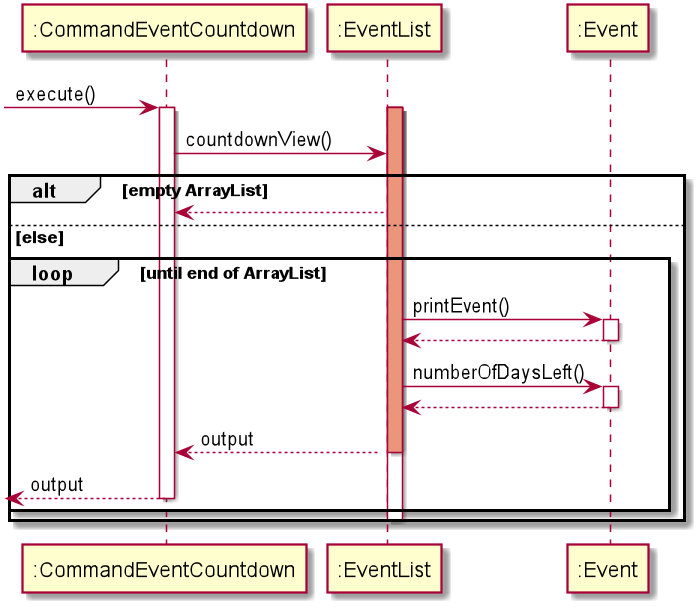
The PlantUML diagram docs/EventDiagram/SequenceDiagram/CommandEventCountdown.png in nus-cs2113-AY2021S1/tp, before a commit. Source of this version:
```plantuml
@startuml
 -> ":CommandEventCountdown" : execute()

activate  ":CommandEventCountdown"
activate ":EventList"
activate ":EventList" #DarkSalmon
 ":CommandEventCountdown" -> ":EventList":countdownView()
alt empty ArrayList
    ":EventList" -->  ":CommandEventCountdown"
else else
    loop until end of ArrayList
        ":EventList" -> ":Event": printEvent()
        activate ":Event"
        ":Event" -->":EventList"
        deactivate ":Event"
        ":EventList" -> ":Event": numberOfDaysLeft()
        activate ":Event"
        ":Event" --> ":EventList"
        deactivate ":Event"
        ":EventList" -->  ":CommandEventCountdown" : output
        deactivate ":EventList"
        return output
    end
    deactivate ":EventList"
    deactivate ":EventList"
    deactivate ":CommandEventCountdown"
end
@enduml
```
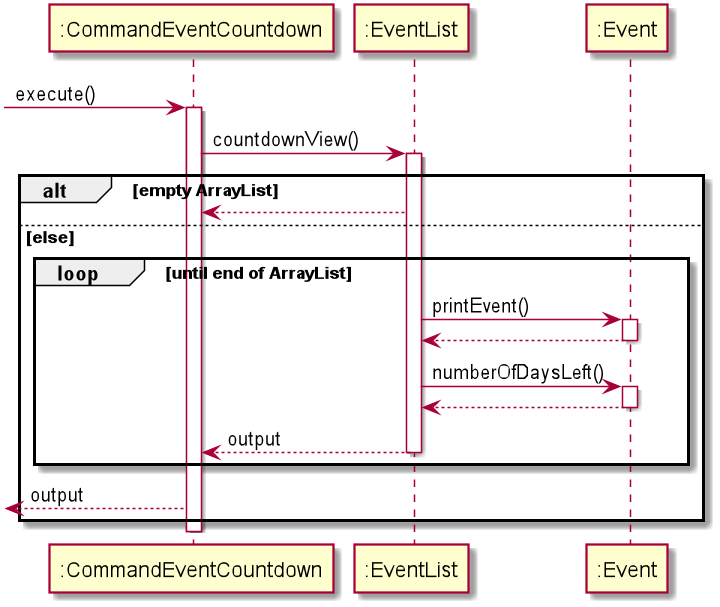
After the change.

Diff of the diagram source:
```diff
@@ -2,9 +2,9 @@
  -> ":CommandEventCountdown" : execute()
 
 activate  ":CommandEventCountdown"
+
+":CommandEventCountdown" -> ":EventList":countdownView()
 activate ":EventList"
-activate ":EventList" #DarkSalmon
- ":CommandEventCountdown" -> ":EventList":countdownView()
 alt empty ArrayList
     ":EventList" -->  ":CommandEventCountdown"
 else else
@@ -17,12 +17,12 @@
         activate ":Event"
         ":Event" --> ":EventList"
         deactivate ":Event"
-        ":EventList" -->  ":CommandEventCountdown" : output
+        return output
+
         deactivate ":EventList"
-        return output
     end
-    deactivate ":EventList"
-    deactivate ":EventList"
-    deactivate ":CommandEventCountdown"
+     <-- ":CommandEventCountdown" : output
 end
+
+deactivate ":CommandEventCountdown"
 @enduml
```
